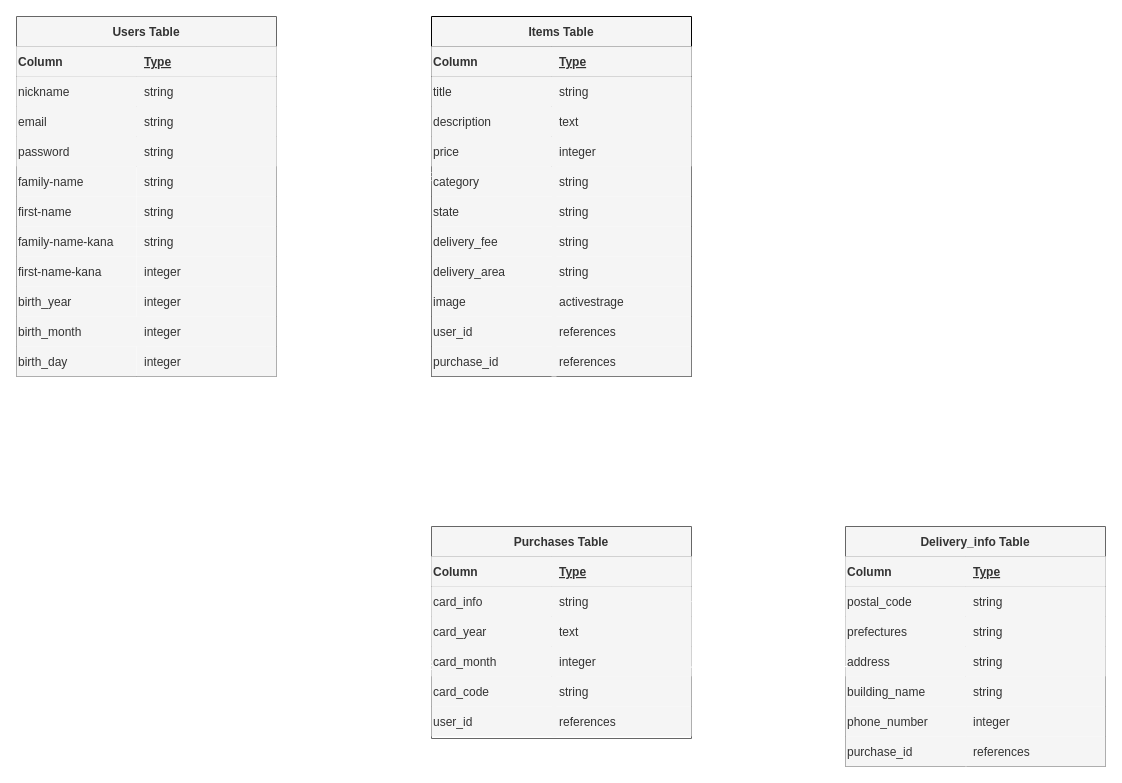
subarunoko/furima-31968 keeps this draw.io diagram as furima.dio. Above is the earlier version. Source tidied: cells renumbered, new cells numbered last; positions are measured from the earlier drawing's top-left corner, leaving out a move shared by most shapes. Both pictures are drawn from the tidied source at 100%, with x=0, y=0 at pixel (16, 16).
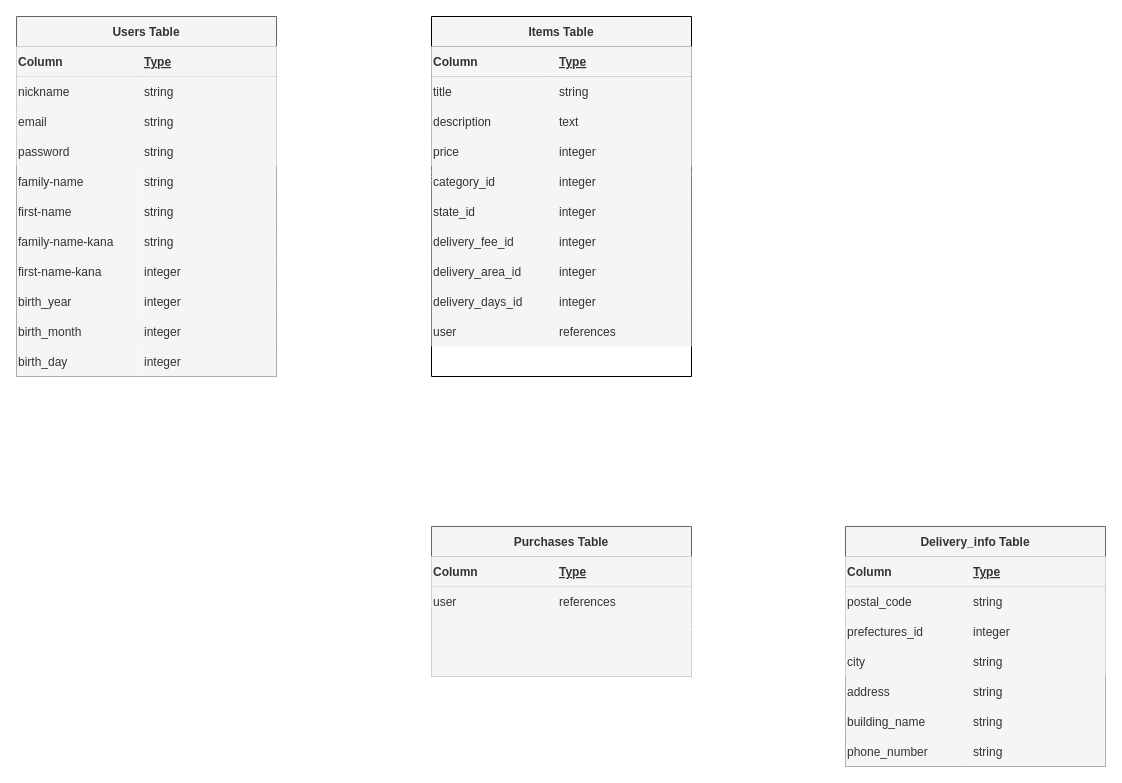
Above is the later version.

The change refers to these unchanged cells:
```xml
<mxCell id="60" style="shape=partialRectangle;fillColor=#f5f5f5;top=0;left=0;bottom=0;right=0;points=[[0,0.5],[1,0.5]];portConstraint=eastwest;strokeColor=#666666;fontColor=#333333;" parent="56" vertex="1">
  <mxGeometry y="60" width="260" height="30" as="geometry" />
</mxCell>
<mxCell id="63" style="shape=partialRectangle;fillColor=#f5f5f5;top=0;left=0;bottom=0;right=0;strokeColor=#666666;fontColor=#333333;" parent="56" vertex="1">
  <mxGeometry y="90" width="260" height="30" as="geometry" />
</mxCell>
<mxCell id="66" style="shape=partialRectangle;fillColor=#f5f5f5;top=0;left=0;bottom=0;right=0;points=[[0,0.5],[1,0.5]];portConstraint=eastwest;strokeColor=#666666;fontColor=#333333;" parent="56" vertex="1">
  <mxGeometry y="120" width="260" height="30" as="geometry" />
</mxCell>
<mxCell id="80" style="shape=partialRectangle;fillColor=#f5f5f5;top=0;left=0;bottom=0;right=0;strokeColor=#666666;fontColor=#333333;" parent="73" vertex="1">
  <mxGeometry y="90" width="260" height="30" as="geometry" />
</mxCell>
<mxCell id="83" style="shape=partialRectangle;fillColor=#f5f5f5;top=0;left=0;bottom=0;right=0;strokeColor=#666666;fontColor=#333333;" parent="73" vertex="1">
  <mxGeometry y="120" width="260" height="30" as="geometry" />
</mxCell>
```

What changed in the source:
```diff
@@
-    <mxCell id="42" value="category " style="shape=partialRectangle;fillColor=#f5f5f5;top=0;left=0;bottom=0;right=0;overflow=hidden;align=left;fontColor=#333333;strokeColor=#000000;" parent="1" vertex="1">
+    <mxCell id="42" value="category_id" style="shape=partialRectangle;fillColor=#f5f5f5;top=0;left=0;bottom=0;right=0;overflow=hidden;align=left;fontColor=#333333;strokeColor=#000000;" parent="1" vertex="1">
       <mxGeometry x="415" y="150" width="125" height="30" as="geometry" />
     </mxCell>
-    <mxCell id="43" value="state" style="shape=partialRectangle;fillColor=#f5f5f5;top=0;left=0;bottom=0;right=0;overflow=hidden;align=left;fontColor=#333333;strokeColor=#000000;" parent="1" vertex="1">
+    <mxCell id="43" value="state_id" style="shape=partialRectangle;fillColor=#f5f5f5;top=0;left=0;bottom=0;right=0;overflow=hidden;align=left;fontColor=#333333;strokeColor=#000000;" parent="1" vertex="1">
       <mxGeometry x="415" y="180" width="125" height="30" as="geometry" />
     </mxCell>
-    <mxCell id="44" value="delivery_fee" style="shape=partialRectangle;fillColor=#f5f5f5;top=0;left=0;bottom=0;right=0;overflow=hidden;align=left;fontColor=#333333;strokeColor=#000000;" parent="1" vertex="1">
+    <mxCell id="44" value="delivery_fee_id" style="shape=partialRectangle;fillColor=#f5f5f5;top=0;left=0;bottom=0;right=0;overflow=hidden;align=left;fontColor=#333333;strokeColor=#000000;" parent="1" vertex="1">
       <mxGeometry x="415" y="210" width="125" height="30" as="geometry" />
     </mxCell>
-    <mxCell id="45" value="delivery_area" style="shape=partialRectangle;fillColor=#f5f5f5;top=0;left=0;bottom=0;right=0;overflow=hidden;align=left;fontColor=#333333;strokeColor=#000000;" parent="1" vertex="1">
+    <mxCell id="45" value="delivery_area_id" style="shape=partialRectangle;fillColor=#f5f5f5;top=0;left=0;bottom=0;right=0;overflow=hidden;align=left;fontColor=#333333;strokeColor=#000000;" parent="1" vertex="1">
       <mxGeometry x="415" y="240" width="125" height="30" as="geometry" />
     </mxCell>
-    <mxCell id="46" value="image" style="shape=partialRectangle;fillColor=#f5f5f5;top=0;left=0;bottom=0;right=0;overflow=hidden;align=left;fontColor=#333333;strokeColor=#000000;" parent="1" vertex="1">
+    <mxCell id="46" value="delivery_days_id" style="shape=partialRectangle;fillColor=#f5f5f5;top=0;left=0;bottom=0;right=0;overflow=hidden;align=left;fontColor=#333333;strokeColor=#000000;" parent="1" vertex="1">
       <mxGeometry x="415" y="270" width="125" height="30" as="geometry" />
     </mxCell>
-    <mxCell id="47" value="user_id" style="shape=partialRectangle;fillColor=#f5f5f5;top=0;left=0;bottom=0;right=0;overflow=hidden;align=left;fontColor=#333333;strokeColor=#000000;" parent="1" vertex="1">
+    <mxCell id="47" value="user" style="shape=partialRectangle;fillColor=#f5f5f5;top=0;left=0;bottom=0;right=0;overflow=hidden;align=left;fontColor=#333333;strokeColor=#000000;" parent="1" vertex="1">
       <mxGeometry x="415" y="300" width="125" height="30" as="geometry" />
     </mxCell>
-    <mxCell id="48" value="purchase_id" style="shape=partialRectangle;fillColor=#f5f5f5;top=0;left=0;bottom=0;right=0;overflow=hidden;align=left;fontColor=#333333;strokeColor=#000000;" parent="1" vertex="1">
-      <mxGeometry x="415" y="330" width="125" height="30" as="geometry" />
-    </mxCell>
-    <mxCell id="49" value="string" style="shape=partialRectangle;fillColor=#f5f5f5;top=0;left=0;bottom=0;right=0;align=left;spacingLeft=6;overflow=hidden;fontColor=#333333;strokeColor=#000000;" parent="1" vertex="1">
+    <mxCell id="49" value="integer" style="shape=partialRectangle;fillColor=#f5f5f5;top=0;left=0;bottom=0;right=0;align=left;spacingLeft=6;overflow=hidden;fontColor=#333333;strokeColor=#000000;" parent="1" vertex="1">
       <mxGeometry x="535" y="150" width="140" height="30" as="geometry" />
     </mxCell>
-    <mxCell id="50" value="string" style="shape=partialRectangle;fillColor=#f5f5f5;top=0;left=0;bottom=0;right=0;align=left;spacingLeft=6;overflow=hidden;fontColor=#333333;strokeColor=#000000;" parent="1" vertex="1">
+    <mxCell id="50" value="integer" style="shape=partialRectangle;fillColor=#f5f5f5;top=0;left=0;bottom=0;right=0;align=left;spacingLeft=6;overflow=hidden;fontColor=#333333;strokeColor=#000000;" parent="1" vertex="1">
       <mxGeometry x="535" y="180" width="140" height="30" as="geometry" />
     </mxCell>
-    <mxCell id="51" value="string" style="shape=partialRectangle;fillColor=#f5f5f5;top=0;left=0;bottom=0;right=0;align=left;spacingLeft=6;overflow=hidden;fontColor=#333333;strokeColor=#000000;" parent="1" vertex="1">
+    <mxCell id="51" value="integer" style="shape=partialRectangle;fillColor=#f5f5f5;top=0;left=0;bottom=0;right=0;align=left;spacingLeft=6;overflow=hidden;fontColor=#333333;strokeColor=#000000;" parent="1" vertex="1">
       <mxGeometry x="535" y="210" width="140" height="30" as="geometry" />
     </mxCell>
-    <mxCell id="52" value="string" style="shape=partialRectangle;fillColor=#f5f5f5;top=0;left=0;bottom=0;right=0;align=left;spacingLeft=6;overflow=hidden;fontColor=#333333;strokeColor=#000000;" parent="1" vertex="1">
+    <mxCell id="52" value="integer" style="shape=partialRectangle;fillColor=#f5f5f5;top=0;left=0;bottom=0;right=0;align=left;spacingLeft=6;overflow=hidden;fontColor=#333333;strokeColor=#000000;" parent="1" vertex="1">
       <mxGeometry x="535" y="240" width="140" height="30" as="geometry" />
     </mxCell>
-    <mxCell id="53" value="activestrage" style="shape=partialRectangle;fillColor=#f5f5f5;top=0;left=0;bottom=0;right=0;align=left;spacingLeft=6;overflow=hidden;fontColor=#333333;strokeColor=#000000;" parent="1" vertex="1">
+    <mxCell id="53" value="integer" style="shape=partialRectangle;fillColor=#f5f5f5;top=0;left=0;bottom=0;right=0;align=left;spacingLeft=6;overflow=hidden;fontColor=#333333;strokeColor=#000000;" parent="1" vertex="1">
       <mxGeometry x="535" y="270" width="140" height="30" as="geometry" />
     </mxCell>
@@
-    <mxCell id="55" value="references" style="shape=partialRectangle;fillColor=#f5f5f5;top=0;left=0;bottom=0;right=0;align=left;spacingLeft=6;overflow=hidden;fontColor=#333333;strokeColor=#000000;" parent="1" vertex="1">
-      <mxGeometry x="535" y="330" width="140" height="30" as="geometry" />
-    </mxCell>
     <mxCell id="56" value="Purchases Table" style="shape=table;startSize=30;childLayout=tableLayout;rowLines=0;fontStyle=1;align=center;fillColor=#f5f5f5;strokeColor=#666666;fontColor=#333333;" parent="1" vertex="1">
-      <mxGeometry x="415" y="510" width="260" height="212" as="geometry" />
+      <mxGeometry x="415" y="510" width="260" height="150" as="geometry" />
     </mxCell>
@@
-    <mxCell id="61" value="card_info" style="shape=partialRectangle;fillColor=#f5f5f5;top=0;left=0;bottom=0;right=0;overflow=hidden;align=left;strokeColor=#666666;fontColor=#333333;" parent="60" vertex="1">
+    <mxCell id="61" value="user" style="shape=partialRectangle;fillColor=#f5f5f5;top=0;left=0;bottom=0;right=0;overflow=hidden;align=left;strokeColor=#666666;fontColor=#333333;" parent="60" vertex="1">
       <mxGeometry width="120" height="30" as="geometry" />
     </mxCell>
-    <mxCell id="62" value="string" style="shape=partialRectangle;fillColor=#f5f5f5;top=0;left=0;bottom=0;right=0;align=left;spacingLeft=6;overflow=hidden;strokeColor=#666666;fontColor=#333333;" parent="60" vertex="1">
+    <mxCell id="62" value="references" style="shape=partialRectangle;fillColor=#f5f5f5;top=0;left=0;bottom=0;right=0;align=left;spacingLeft=6;overflow=hidden;strokeColor=#666666;fontColor=#333333;" parent="60" vertex="1">
       <mxGeometry x="120" width="140" height="30" as="geometry" />
     </mxCell>
@@
-    <mxCell id="64" value="card_year" style="shape=partialRectangle;fillColor=#f5f5f5;top=0;left=0;bottom=0;right=0;overflow=hidden;align=left;strokeColor=#666666;fontColor=#333333;" parent="63" vertex="1">
+    <mxCell id="64" style="shape=partialRectangle;fillColor=#f5f5f5;top=0;left=0;bottom=0;right=0;overflow=hidden;align=left;strokeColor=#666666;fontColor=#333333;" parent="63" vertex="1">
       <mxGeometry width="120" height="30" as="geometry" />
     </mxCell>
-    <mxCell id="65" value="text" style="shape=partialRectangle;fillColor=#f5f5f5;top=0;left=0;bottom=0;right=0;align=left;spacingLeft=6;overflow=hidden;strokeColor=#666666;fontColor=#333333;" parent="63" vertex="1">
+    <mxCell id="65" style="shape=partialRectangle;fillColor=#f5f5f5;top=0;left=0;bottom=0;right=0;align=left;spacingLeft=6;overflow=hidden;strokeColor=#666666;fontColor=#333333;" parent="63" vertex="1">
       <mxGeometry x="120" width="140" height="30" as="geometry" />
     </mxCell>
@@
-    <mxCell id="67" value="card_month" style="shape=partialRectangle;fillColor=#f5f5f5;top=0;left=0;bottom=0;right=0;overflow=hidden;align=left;strokeColor=#666666;fontColor=#333333;" parent="66" vertex="1">
+    <mxCell id="67" style="shape=partialRectangle;fillColor=#f5f5f5;top=0;left=0;bottom=0;right=0;overflow=hidden;align=left;strokeColor=#666666;fontColor=#333333;" parent="66" vertex="1">
       <mxGeometry width="120" height="30" as="geometry" />
     </mxCell>
-    <mxCell id="68" value="integer" style="shape=partialRectangle;fillColor=#f5f5f5;top=0;left=0;bottom=0;right=0;align=left;spacingLeft=6;overflow=hidden;strokeColor=#666666;fontColor=#333333;" parent="66" vertex="1">
+    <mxCell id="68" style="shape=partialRectangle;fillColor=#f5f5f5;top=0;left=0;bottom=0;right=0;align=left;spacingLeft=6;overflow=hidden;strokeColor=#666666;fontColor=#333333;" parent="66" vertex="1">
       <mxGeometry x="120" width="140" height="30" as="geometry" />
     </mxCell>
-    <mxCell id="69" value="card_code" style="shape=partialRectangle;fillColor=#f5f5f5;top=0;left=0;bottom=0;right=0;overflow=hidden;align=left;strokeColor=#666666;fontColor=#333333;" parent="1" vertex="1">
-      <mxGeometry x="415" y="660" width="125" height="30" as="geometry" />
-    </mxCell>
-    <mxCell id="70" value="user_id" style="shape=partialRectangle;fillColor=#f5f5f5;top=0;left=0;bottom=0;right=0;overflow=hidden;align=left;strokeColor=#666666;fontColor=#333333;" parent="1" vertex="1">
-      <mxGeometry x="415" y="690" width="125" height="30" as="geometry" />
-    </mxCell>
-    <mxCell id="71" value="string" style="shape=partialRectangle;fillColor=#f5f5f5;top=0;left=0;bottom=0;right=0;align=left;spacingLeft=6;overflow=hidden;strokeColor=#666666;fontColor=#333333;" parent="1" vertex="1">
-      <mxGeometry x="535" y="660" width="140" height="30" as="geometry" />
-    </mxCell>
-    <mxCell id="72" value="references" style="shape=partialRectangle;fillColor=#f5f5f5;top=0;left=0;bottom=0;right=0;align=left;spacingLeft=6;overflow=hidden;strokeColor=#666666;fontColor=#333333;" parent="1" vertex="1">
-      <mxGeometry x="535" y="690" width="140" height="30" as="geometry" />
-    </mxCell>
@@
-    <mxCell id="81" value="prefectures " style="shape=partialRectangle;fillColor=#f5f5f5;top=0;left=0;bottom=0;right=0;overflow=hidden;align=left;strokeColor=#666666;fontColor=#333333;" parent="80" vertex="1">
+    <mxCell id="81" value="prefectures_id" style="shape=partialRectangle;fillColor=#f5f5f5;top=0;left=0;bottom=0;right=0;overflow=hidden;align=left;strokeColor=#666666;fontColor=#333333;" parent="80" vertex="1">
       <mxGeometry width="120" height="30" as="geometry" />
     </mxCell>
-    <mxCell id="82" value="string" style="shape=partialRectangle;fillColor=#f5f5f5;top=0;left=0;bottom=0;right=0;align=left;spacingLeft=6;overflow=hidden;strokeColor=#666666;fontColor=#333333;" parent="80" vertex="1">
+    <mxCell id="82" value="integer" style="shape=partialRectangle;fillColor=#f5f5f5;top=0;left=0;bottom=0;right=0;align=left;spacingLeft=6;overflow=hidden;strokeColor=#666666;fontColor=#333333;" parent="80" vertex="1">
       <mxGeometry x="120" width="140" height="30" as="geometry" />
     </mxCell>
@@
-    <mxCell id="84" value="address " style="shape=partialRectangle;fillColor=#f5f5f5;top=0;left=0;bottom=0;right=0;overflow=hidden;align=left;strokeColor=#666666;fontColor=#333333;" parent="83" vertex="1">
+    <mxCell id="84" value="city" style="shape=partialRectangle;fillColor=#f5f5f5;top=0;left=0;bottom=0;right=0;overflow=hidden;align=left;strokeColor=#666666;fontColor=#333333;" parent="83" vertex="1">
       <mxGeometry width="120" height="30" as="geometry" />
     </mxCell>
@@
-    <mxCell id="86" value="building_name" style="shape=partialRectangle;fillColor=#f5f5f5;top=0;left=0;bottom=0;right=0;overflow=hidden;align=left;strokeColor=#666666;fontColor=#333333;" parent="1" vertex="1">
+    <mxCell id="86" value="address" style="shape=partialRectangle;fillColor=#f5f5f5;top=0;left=0;bottom=0;right=0;overflow=hidden;align=left;strokeColor=#666666;fontColor=#333333;" parent="1" vertex="1">
       <mxGeometry x="829" y="660" width="121" height="30" as="geometry" />
     </mxCell>
-    <mxCell id="87" value="phone_number " style="shape=partialRectangle;fillColor=#f5f5f5;top=0;left=0;bottom=0;right=0;overflow=hidden;align=left;strokeColor=#666666;fontColor=#333333;" parent="1" vertex="1">
+    <mxCell id="87" value="building_name" style="shape=partialRectangle;fillColor=#f5f5f5;top=0;left=0;bottom=0;right=0;overflow=hidden;align=left;strokeColor=#666666;fontColor=#333333;" parent="1" vertex="1">
       <mxGeometry x="829" y="690" width="121" height="30" as="geometry" />
     </mxCell>
-    <mxCell id="88" value="purchase_id" style="shape=partialRectangle;fillColor=#f5f5f5;top=0;left=0;bottom=0;right=0;overflow=hidden;align=left;strokeColor=#666666;fontColor=#333333;" parent="1" vertex="1">
+    <mxCell id="88" value="phone_number" style="shape=partialRectangle;fillColor=#f5f5f5;top=0;left=0;bottom=0;right=0;overflow=hidden;align=left;strokeColor=#666666;fontColor=#333333;" parent="1" vertex="1">
       <mxGeometry x="829" y="720" width="121" height="30" as="geometry" />
     </mxCell>
@@
-    <mxCell id="90" value="integer" style="shape=partialRectangle;fillColor=#f5f5f5;top=0;left=0;bottom=0;right=0;align=left;spacingLeft=6;overflow=hidden;strokeColor=#666666;fontColor=#333333;" parent="1" vertex="1">
+    <mxCell id="90" value="string" style="shape=partialRectangle;fillColor=#f5f5f5;top=0;left=0;bottom=0;right=0;align=left;spacingLeft=6;overflow=hidden;strokeColor=#666666;fontColor=#333333;" parent="1" vertex="1">
       <mxGeometry x="949" y="690" width="140" height="30" as="geometry" />
     </mxCell>
-    <mxCell id="91" value="references" style="shape=partialRectangle;fillColor=#f5f5f5;top=0;left=0;bottom=0;right=0;align=left;spacingLeft=6;overflow=hidden;strokeColor=#666666;fontColor=#333333;" parent="1" vertex="1">
+    <mxCell id="91" value="string" style="shape=partialRectangle;fillColor=#f5f5f5;top=0;left=0;bottom=0;right=0;align=left;spacingLeft=6;overflow=hidden;strokeColor=#666666;fontColor=#333333;" parent="1" vertex="1">
       <mxGeometry x="949" y="720" width="140" height="30" as="geometry" />
     </mxCell>
-    <mxCell id="92" style="edgeStyle=entityRelationEdgeStyle;fontSize=12;html=1;endArrow=ERoneToMany;startArrow=ERzeroToOne;entryX=0.003;entryY=0.638;entryDx=0;entryDy=0;entryPerimeter=0;fillColor=#f5f5f5;strokeColor=#FFFFFF;" parent="1" edge="1" target="66">
+    <mxCell id="92" style="edgeStyle=entityRelationEdgeStyle;fontSize=12;html=1;endArrow=ERoneToMany;startArrow=ERzeroToOne;entryX=0;entryY=0.5;entryDx=0;entryDy=0;fillColor=#f5f5f5;strokeColor=#FFFFFF;" parent="1" edge="1" target="60">
       <mxGeometry relative="1" as="geometry">
-        <mxPoint x="261" y="270" as="sourcePoint" />
+        <mxPoint x="260" y="242" as="sourcePoint" />
       </mxGeometry>
     </mxCell>
-    <mxCell id="93" style="edgeStyle=entityRelationEdgeStyle;fontSize=12;html=1;endArrow=ERoneToMany;startArrow=ERzeroToOne;exitX=1;exitY=0.5;exitDx=0;exitDy=0;fillColor=#f5f5f5;strokeColor=#FFFFFF;" parent="1" edge="1" source="60">
-      <mxGeometry relative="1" as="geometry">
-        <mxPoint x="412.5" y="260" as="targetPoint" />
-      </mxGeometry>
-    </mxCell>
@@
-    <mxCell id="95" style="edgeStyle=entityRelationEdgeStyle;fontSize=12;html=1;endArrow=ERzeroToOne;startArrow=ERmandOne;exitX=0.997;exitY=0.686;exitDx=0;exitDy=0;exitPerimeter=0;fillColor=#f5f5f5;strokeColor=#FFFFFF;" parent="1" edge="1" source="66">
+    <mxCell id="95" style="edgeStyle=entityRelationEdgeStyle;fontSize=12;html=1;endArrow=ERzeroToOne;startArrow=ERmandOne;exitX=0.997;exitY=0.686;exitDx=0;exitDy=0;exitPerimeter=0;fillColor=#f5f5f5;strokeColor=#FFFFFF;" parent="1" edge="1">
       <mxGeometry relative="1" as="geometry">
-        <mxPoint x="831" y="650" as="targetPoint" />
+        <mxPoint x="672.2" y="612.6" as="sourcePoint" />
+        <mxPoint x="829" y="612" as="targetPoint" />
       </mxGeometry>
     </mxCell>
+    <mxCell id="96" style="edgeStyle=entityRelationEdgeStyle;fontSize=12;html=1;endArrow=ERzeroToOne;startArrow=ERmandOne;fillColor=#f5f5f5;strokeColor=#FFFFFF;" parent="1" edge="1" target="60">
+      <mxGeometry relative="1" as="geometry">
+        <mxPoint x="675" y="158" as="sourcePoint" />
+      </mxGeometry>
+    </mxCell>
```
